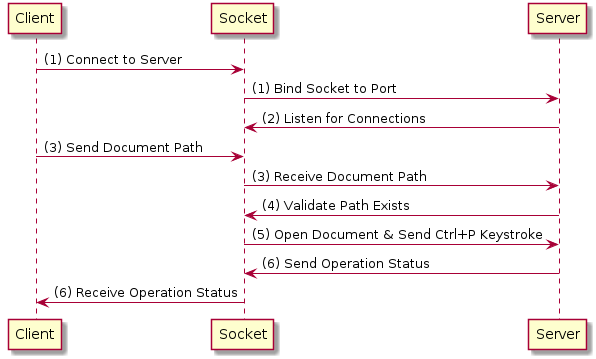
Before: uml.png, a diagram exported from PlantUML (doylese/Microservice). The source it was exported from:
```plantuml
@startuml
participant Client
participant Socket
participant Server

Client -> Socket : (1) Connect to Server
Socket -> Server : (1) Bind Socket to Port
Server -> Socket : (2) Listen for Connections
Client -> Socket : (3) Send Document Path
Socket -> Server : (3) Receive Document Path
Server -> Socket : (4) Validate Path Exists
Socket -> Server : (5) Open Document & Send Ctrl+P Keystroke
Server -> Socket : (6) Send Operation Status
Socket -> Client : (6) Receive Operation Status

@enduml
```
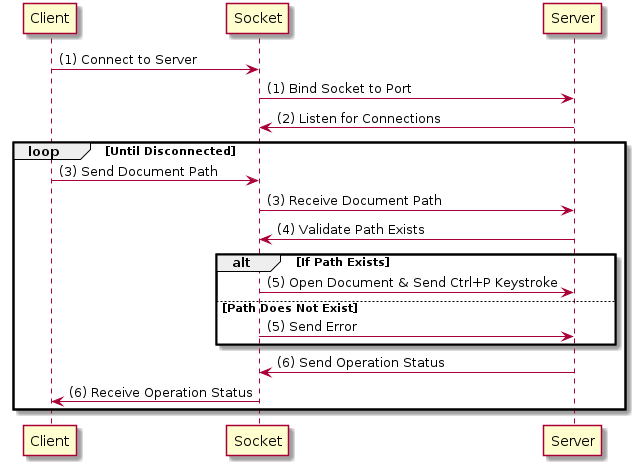
After the change.

Commit message:
Revert "Microservice"

This reverts commit 4423e5bd

Change to the diagram source:
```diff
@@ -6,11 +6,17 @@
 Client -> Socket : (1) Connect to Server
 Socket -> Server : (1) Bind Socket to Port
 Server -> Socket : (2) Listen for Connections
-Client -> Socket : (3) Send Document Path
-Socket -> Server : (3) Receive Document Path
-Server -> Socket : (4) Validate Path Exists
-Socket -> Server : (5) Open Document & Send Ctrl+P Keystroke
-Server -> Socket : (6) Send Operation Status
-Socket -> Client : (6) Receive Operation Status
+loop Until Disconnected
+	Client -> Socket : (3) Send Document Path
+	Socket -> Server : (3) Receive Document Path
+	Server -> Socket : (4) Validate Path Exists
+	alt If Path Exists
+		Socket -> Server : (5) Open Document & Send Ctrl+P Keystroke
+	else Path Does Not Exist
+		Socket -> Server : (5) Send Error
+	end
+	Server -> Socket : (6) Send Operation Status
+	Socket -> Client : (6) Receive Operation Status
+end
 
 @enduml
```
